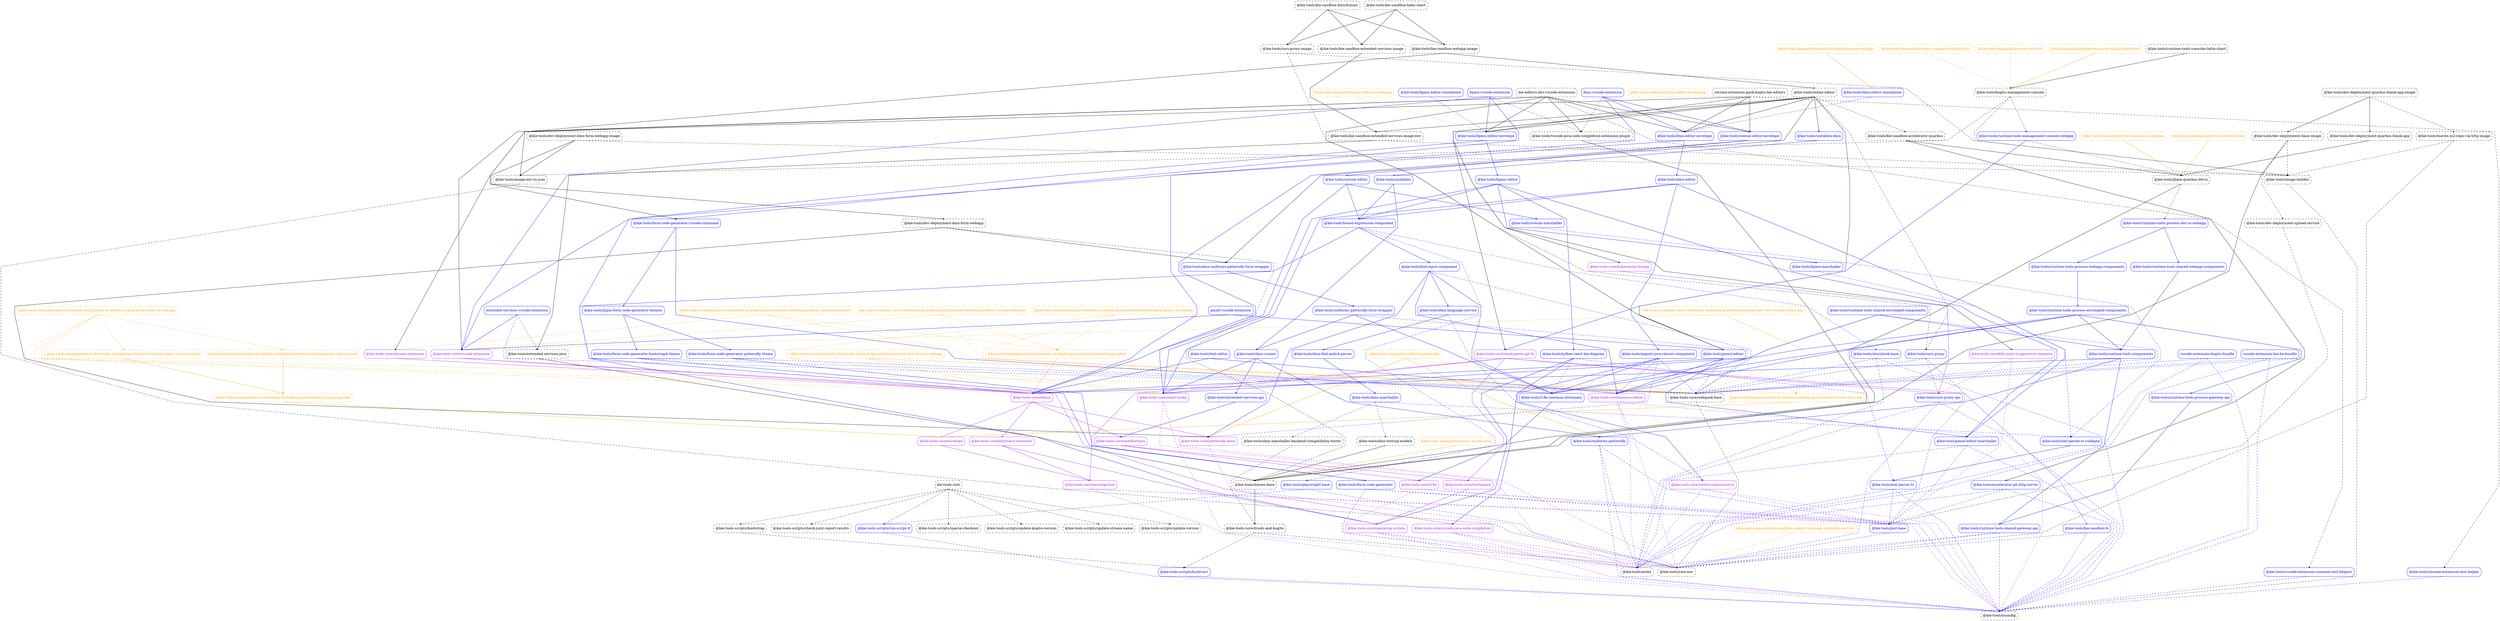
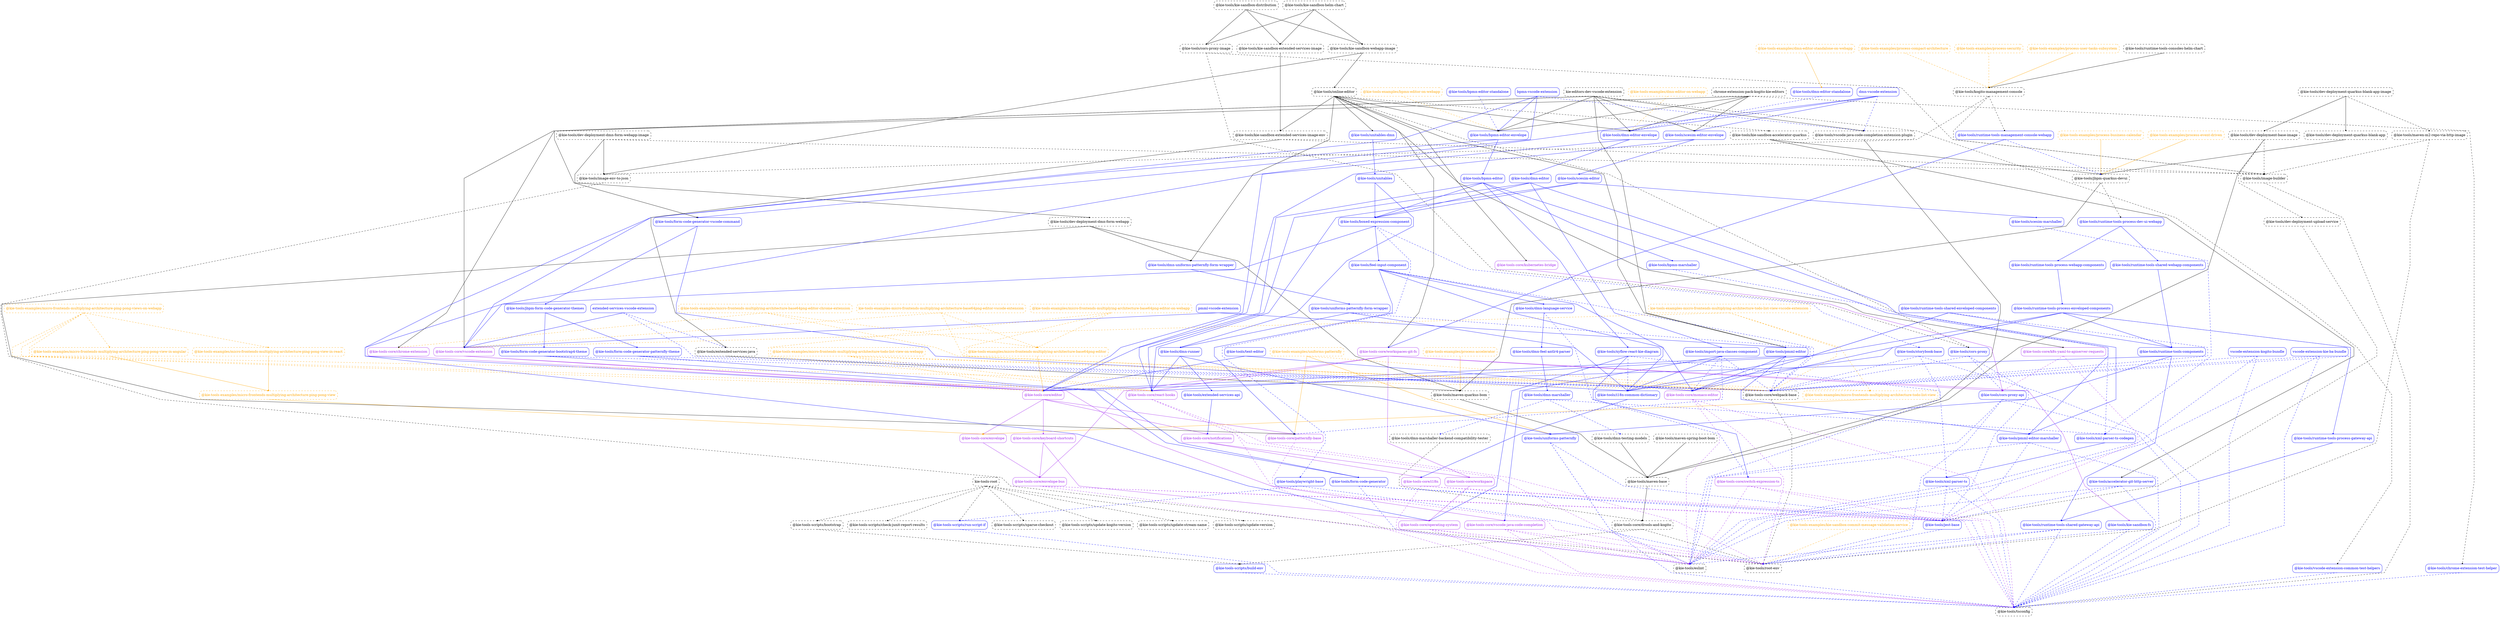
digraph G {
  graph [ ranksep =2, splines = "polyline", rankdir =TB, ordering = "out" ];
  node [ shape =box ];
  edge [ headport = "n", tailport = "s", arrowhead =dot, arrowsize =0.5 ];
  "kie-tools-root" [ color = "black", fontcolor = "black", style = "dashed, rounded" ];
  "@kie-tools-scripts/bootstrap" [ color = "black", fontcolor = "black", style = "dashed, rounded" ];
  "@kie-tools-scripts/check-junit-report-results" [ color = "black", fontcolor = "black", style = "dashed, rounded" ];
  "@kie-tools-scripts/run-script-if" [ color = "blue", fontcolor = "blue", style = "rounded" ];
  "@kie-tools-scripts/sparse-checkout" [ color = "black", fontcolor = "black", style = "dashed, rounded" ];
  "@kie-tools-scripts/update-kogito-version" [ color = "black", fontcolor = "black", style = "dashed, rounded" ];
  "@kie-tools-scripts/update-stream-name" [ color = "black", fontcolor = "black", style = "dashed, rounded" ];
  "@kie-tools-scripts/update-version" [ color = "black", fontcolor = "black", style = "dashed, rounded" ];
  "@kie-tools-examples/bpmn-editor-on-webapp" [ color = "orange", fontcolor = "orange", style = "dashed, rounded" ];
  "@kie-tools/bpmn-editor-envelope" [ color = "blue", fontcolor = "blue", style = "rounded" ];
  "@kie-tools-examples/dmn-editor-on-webapp" [ color = "orange", fontcolor = "orange", style = "dashed, rounded" ];
  "@kie-tools/dmn-editor-envelope" [ color = "blue", fontcolor = "blue", style = "rounded" ];
  "@kie-tools-examples/dmn-editor-standalone-on-webapp" [ color = "orange", fontcolor = "orange", style = "dashed, rounded" ];
  "@kie-tools/dmn-editor-standalone" [ color = "blue", fontcolor = "blue", style = "rounded" ];
  "@kie-tools-examples/kie-sandbox-commit-message-validation-service" [ color = "orange", fontcolor = "orange", style = "dashed, rounded" ];
  "@kie-tools/root-env" [ color = "black", fontcolor = "black", style = "dashed, rounded" ];
  "@kie-tools-examples/micro-frontends-multiplying-architecture-base64png-editor" [ color = "orange", fontcolor = "orange", style = "dashed, rounded" ];
  "@kie-tools-core/editor" [ color = "purple", fontcolor = "purple", style = "rounded" ];
  "@kie-tools-examples/micro-frontends-multiplying-architecture-base64png-editor-chrome-extension" [ color = "orange", fontcolor = "orange", style = "dashed, rounded" ];
  "@kie-tools-core/chrome-extension" [ color = "purple", fontcolor = "purple", style = "rounded" ];
  "@kie-tools-core/webpack-base" [ color = "black", fontcolor = "black", style = "dashed, rounded" ];
  "@kie-tools-examples/micro-frontends-multiplying-architecture-base64png-editor-on-webapp" [ color = "orange", fontcolor = "orange", style = "dashed, rounded" ];
  "@kie-tools-core/react-hooks" [ color = "purple", fontcolor = "purple", style = "rounded" ];
  "kie-tools-examples-micro-frontends-multiplying-architecture-base64png-editor-vscode-extension" [ color = "orange", fontcolor = "orange", style = "dashed, rounded" ];
  "@kie-tools-core/vscode-extension" [ color = "purple", fontcolor = "purple", style = "rounded" ];
  "@kie-tools-examples/micro-frontends-multiplying-architecture-ping-pong-view" [ color = "orange", fontcolor = "orange", style = "dashed, rounded" ];
  "@kie-tools-core/envelope" [ color = "purple", fontcolor = "purple", style = "rounded" ];
  "@kie-tools-examples/micro-frontends-multiplying-architecture-ping-pong-view-in-angular" [ color = "orange", fontcolor = "orange", style = "dashed, rounded" ];
  "@kie-tools-examples/micro-frontends-multiplying-architecture-ping-pong-view-in-react" [ color = "orange", fontcolor = "orange", style = "dashed, rounded" ];
  "@kie-tools-examples/micro-frontends-multiplying-architecture-ping-pong-views-on-webapp" [ color = "orange", fontcolor = "orange", style = "dashed, rounded" ];
  "@kie-tools-examples/micro-frontends-multiplying-architecture-todo-list-view" [ color = "orange", fontcolor = "orange", style = "dashed, rounded" ];
  "@kie-tools-examples/micro-frontends-multiplying-architecture-todo-list-view-on-webapp" [ color = "orange", fontcolor = "orange", style = "dashed, rounded" ];
  "kie-tools-examples-micro-frontends-multiplying-architecture-todo-list-view-vscode-extension" [ color = "orange", fontcolor = "orange", style = "dashed, rounded" ];
  "@kie-tools-examples/process-accelerator" [ color = "orange", fontcolor = "orange", style = "dashed, rounded" ];
-   "@kie-tools/maven-base" [ color = "black", fontcolor = "black", style = "dashed, rounded" ];
+   "@kie-tools/maven-quarkus-bom" [ color = "black", fontcolor = "black", style = "dashed, rounded" ];
  "@kie-tools-examples/process-business-calendar" [ color = "orange", fontcolor = "orange", style = "dashed, rounded" ];
  "@kie-tools/jbpm-quarkus-devui" [ color = "black", fontcolor = "black", style = "dashed, rounded" ];
  "@kie-tools-examples/process-compact-architecture" [ color = "orange", fontcolor = "orange", style = "dashed, rounded" ];
  "@kie-tools/kogito-management-console" [ color = "black", fontcolor = "black", style = "dashed, rounded" ];
  "@kie-tools-examples/process-event-driven" [ color = "orange", fontcolor = "orange", style = "dashed, rounded" ];
  "@kie-tools-examples/process-security" [ color = "orange", fontcolor = "orange", style = "dashed, rounded" ];
  "@kie-tools-examples/process-user-tasks-subsystem" [ color = "orange", fontcolor = "orange", style = "dashed, rounded" ];
  "@kie-tools-examples/uniforms-patternfly" [ color = "orange", fontcolor = "orange", style = "dashed, rounded" ];
  "@kie-tools-core/patternfly-base" [ color = "purple", fontcolor = "purple", style = "rounded" ];
  "@kie-tools/uniforms-patternfly" [ color = "blue", fontcolor = "blue", style = "rounded" ];
  "@kie-tools/accelerator-git-http-server" [ color = "blue", fontcolor = "blue", style = "rounded" ];
  "@kie-tools/eslint" [ color = "black", fontcolor = "black", style = "dashed, rounded" ];
  "@kie-tools/jest-base" [ color = "blue", fontcolor = "blue", style = "rounded" ];
  "@kie-tools/tsconfig" [ color = "black", fontcolor = "black", style = "dashed, rounded" ];
  "@kie-tools/boxed-expression-component" [ color = "blue", fontcolor = "blue", style = "rounded" ];
  "@kie-tools-core/operating-system" [ color = "purple", fontcolor = "purple", style = "rounded" ];
  "@kie-tools/feel-input-component" [ color = "blue", fontcolor = "blue", style = "rounded" ];
  "@kie-tools/playwright-base" [ color = "blue", fontcolor = "blue", style = "rounded" ];
  "@kie-tools/storybook-base" [ color = "blue", fontcolor = "blue", style = "rounded" ];
  "@kie-tools/bpmn-editor" [ color = "blue", fontcolor = "blue", style = "rounded" ];
  "@kie-tools/bpmn-marshaller" [ color = "blue", fontcolor = "blue", style = "rounded" ];
  "@kie-tools/pmml-editor-marshaller" [ color = "blue", fontcolor = "blue", style = "rounded" ];
  "@kie-tools/xyflow-react-kie-diagram" [ color = "blue", fontcolor = "blue", style = "rounded" ];
  "@kie-tools/bpmn-editor-standalone" [ color = "blue", fontcolor = "blue", style = "rounded" ];
  "@kie-tools/xml-parser-ts-codegen" [ color = "blue", fontcolor = "blue", style = "rounded" ];
  "bpmn-vscode-extension" [ color = "blue", fontcolor = "blue", style = "rounded" ];
  "@kie-tools/form-code-generator-vscode-command" [ color = "blue", fontcolor = "blue", style = "rounded" ];
  "@kie-tools/vscode-java-code-completion-extension-plugin" [ color = "black", fontcolor = "black", style = "dashed, rounded" ];
  "chrome-extension-pack-kogito-kie-editors" [ color = "black", fontcolor = "black", style = "dashed, rounded" ];
  "@kie-tools/scesim-editor-envelope" [ color = "blue", fontcolor = "blue", style = "rounded" ];
  "@kie-tools/chrome-extension-test-helper" [ color = "blue", fontcolor = "blue", style = "rounded" ];
  "@kie-tools/cors-proxy" [ color = "blue", fontcolor = "blue", style = "rounded" ];
  "@kie-tools/cors-proxy-api" [ color = "blue", fontcolor = "blue", style = "rounded" ];
  "@kie-tools/cors-proxy-image" [ color = "black", fontcolor = "black", style = "dashed, rounded" ];
  "@kie-tools/image-builder" [ color = "black", fontcolor = "black", style = "dashed, rounded" ];
  "@kie-tools/dev-deployment-base-image" [ color = "black", fontcolor = "black", style = "dashed, rounded" ];
+   "@kie-tools/maven-base" [ color = "black", fontcolor = "black", style = "dashed, rounded" ];
  "@kie-tools/dev-deployment-upload-service" [ color = "black", fontcolor = "black", style = "dashed, rounded" ];
  "@kie-tools/dev-deployment-dmn-form-webapp" [ color = "black", fontcolor = "black", style = "dashed, rounded" ];
  "@kie-tools/dmn-uniforms-patternfly-form-wrapper" [ color = "blue", fontcolor = "blue", style = "rounded" ];
  "@kie-tools/dev-deployment-dmn-form-webapp-image" [ color = "black", fontcolor = "black", style = "dashed, rounded" ];
  "@kie-tools/image-env-to-json" [ color = "black", fontcolor = "black", style = "dashed, rounded" ];
  "@kie-tools/dev-deployment-quarkus-blank-app" [ color = "black", fontcolor = "black", style = "dashed, rounded" ];
  "@kie-tools/dev-deployment-quarkus-blank-app-image" [ color = "black", fontcolor = "black", style = "dashed, rounded" ];
  "@kie-tools/maven-m2-repo-via-http-image" [ color = "black", fontcolor = "black", style = "dashed, rounded" ];
  "@kie-tools/dmn-editor" [ color = "blue", fontcolor = "blue", style = "rounded" ];
  "@kie-tools/import-java-classes-component" [ color = "blue", fontcolor = "blue", style = "rounded" ];
  "@kie-tools/dmn-feel-antlr4-parser" [ color = "blue", fontcolor = "blue", style = "rounded" ];
  "@kie-tools/dmn-marshaller" [ color = "blue", fontcolor = "blue", style = "rounded" ];
  "@kie-tools/dmn-language-service" [ color = "blue", fontcolor = "blue", style = "rounded" ];
  "@kie-tools-core/switch-expression-ts" [ color = "purple", fontcolor = "purple", style = "rounded" ];
  "@kie-tools/dmn-marshaller-backend-compatibility-tester" [ color = "black", fontcolor = "black", style = "dashed, rounded" ];
  "@kie-tools/dmn-testing-models" [ color = "black", fontcolor = "black", style = "dashed, rounded" ];
  "@kie-tools-core/drools-and-kogito" [ color = "black", fontcolor = "black", style = "dashed, rounded" ];
  "@kie-tools/dmn-runner" [ color = "blue", fontcolor = "blue", style = "rounded" ];
  "@kie-tools/extended-services-api" [ color = "blue", fontcolor = "blue", style = "rounded" ];
  "@kie-tools/uniforms-patternfly-form-wrapper" [ color = "blue", fontcolor = "blue", style = "rounded" ];
  "dmn-vscode-extension" [ color = "blue", fontcolor = "blue", style = "rounded" ];
  "@kie-tools-scripts/build-env" [ color = "blue", fontcolor = "blue", style = "rounded" ];
  "@kie-tools-core/keyboard-shortcuts" [ color = "purple", fontcolor = "purple", style = "rounded" ];
  "@kie-tools-core/notifications" [ color = "purple", fontcolor = "purple", style = "rounded" ];
  "@kie-tools-core/envelope-bus" [ color = "purple", fontcolor = "purple", style = "rounded" ];
  "@kie-tools/extended-services-java" [ color = "black", fontcolor = "black", style = "dashed, rounded" ];
  "extended-services-vscode-extension" [ color = "blue", fontcolor = "blue", style = "rounded" ];
  "@kie-tools-core/monaco-editor" [ color = "purple", fontcolor = "purple", style = "rounded" ];
  "@kie-tools/i18n-common-dictionary" [ color = "blue", fontcolor = "blue", style = "rounded" ];
  "@kie-tools/form-code-generator" [ color = "blue", fontcolor = "blue", style = "rounded" ];
  "@kie-tools/form-code-generator-bootstrap4-theme" [ color = "blue", fontcolor = "blue", style = "rounded" ];
  "@kie-tools/form-code-generator-patternfly-theme" [ color = "blue", fontcolor = "blue", style = "rounded" ];
  "@kie-tools/jbpm-form-code-generator-themes" [ color = "blue", fontcolor = "blue", style = "rounded" ];
  "@kie-tools-core/i18n" [ color = "purple", fontcolor = "purple", style = "rounded" ];
  "@kie-tools-core/vscode-java-code-completion" [ color = "purple", fontcolor = "purple", style = "rounded" ];
  "@kie-tools/runtime-tools-process-dev-ui-webapp" [ color = "blue", fontcolor = "blue", style = "rounded" ];
  "@kie-tools-core/k8s-yaml-to-apiserver-requests" [ color = "purple", fontcolor = "purple", style = "rounded" ];
  "kie-editors-dev-vscode-extension" [ color = "black", fontcolor = "black", style = "dashed, rounded" ];
  "@kie-tools/pmml-editor" [ color = "blue", fontcolor = "blue", style = "rounded" ];
  "@kie-tools/vscode-extension-common-test-helpers" [ color = "blue", fontcolor = "blue", style = "rounded" ];
  "@kie-tools/kie-sandbox-accelerator-quarkus" [ color = "black", fontcolor = "black", style = "dashed, rounded" ];
  "@kie-tools/kie-sandbox-distribution" [ color = "black", fontcolor = "black", style = "dashed, rounded" ];
  "@kie-tools/kie-sandbox-extended-services-image" [ color = "black", fontcolor = "black", style = "dashed, rounded" ];
  "@kie-tools/kie-sandbox-webapp-image" [ color = "black", fontcolor = "black", style = "dashed, rounded" ];
  "@kie-tools/kie-sandbox-extended-services-image-env" [ color = "black", fontcolor = "black", style = "dashed, rounded" ];
  "@kie-tools/kie-sandbox-fs" [ color = "blue", fontcolor = "blue", style = "rounded" ];
  "@kie-tools/kie-sandbox-helm-chart" [ color = "black", fontcolor = "black", style = "dashed, rounded" ];
  "@kie-tools/online-editor" [ color = "black", fontcolor = "black", style = "dashed, rounded" ];
  "@kie-tools/runtime-tools-management-console-webapp" [ color = "blue", fontcolor = "blue", style = "rounded" ];
  "@kie-tools-core/kubernetes-bridge" [ color = "purple", fontcolor = "purple", style = "rounded" ];
+   "@kie-tools/maven-spring-boot-bom" [ color = "black", fontcolor = "black", style = "dashed, rounded" ];
  "@kie-tools-core/workspace" [ color = "purple", fontcolor = "purple", style = "rounded" ];
  "@kie-tools-core/workspaces-git-fs" [ color = "purple", fontcolor = "purple", style = "rounded" ];
  "@kie-tools/unitables-dmn" [ color = "blue", fontcolor = "blue", style = "rounded" ];
  "pmml-vscode-extension" [ color = "blue", fontcolor = "blue", style = "rounded" ];
  "@kie-tools/runtime-tools-components" [ color = "blue", fontcolor = "blue", style = "rounded" ];
  "@kie-tools/runtime-tools-shared-gateway-api" [ color = "blue", fontcolor = "blue", style = "rounded" ];
  "@kie-tools/runtime-tools-consoles-helm-chart" [ color = "black", fontcolor = "black", style = "dashed, rounded" ];
  "@kie-tools/runtime-tools-process-webapp-components" [ color = "blue", fontcolor = "blue", style = "rounded" ];
  "@kie-tools/runtime-tools-shared-webapp-components" [ color = "blue", fontcolor = "blue", style = "rounded" ];
  "@kie-tools/runtime-tools-process-enveloped-components" [ color = "blue", fontcolor = "blue", style = "rounded" ];
  "@kie-tools/runtime-tools-process-gateway-api" [ color = "blue", fontcolor = "blue", style = "rounded" ];
  "@kie-tools/runtime-tools-shared-enveloped-components" [ color = "blue", fontcolor = "blue", style = "rounded" ];
  "@kie-tools/scesim-editor" [ color = "blue", fontcolor = "blue", style = "rounded" ];
  "@kie-tools/scesim-marshaller" [ color = "blue", fontcolor = "blue", style = "rounded" ];
  "@kie-tools/text-editor" [ color = "blue", fontcolor = "blue", style = "rounded" ];
  "@kie-tools/unitables" [ color = "blue", fontcolor = "blue", style = "rounded" ];
  "vscode-extension-kie-ba-bundle" [ color = "blue", fontcolor = "blue", style = "rounded" ];
  "vscode-extension-kogito-bundle" [ color = "blue", fontcolor = "blue", style = "rounded" ];
  "@kie-tools/xml-parser-ts" [ color = "blue", fontcolor = "blue", style = "rounded" ];
  "kie-tools-root" -> "@kie-tools-scripts/bootstrap" [ style = "dashed", color = "black" ];
  "kie-tools-root" -> "@kie-tools-scripts/check-junit-report-results" [ style = "dashed", color = "black" ];
  "kie-tools-root" -> "@kie-tools-scripts/run-script-if" [ style = "dashed", color = "black" ];
  "kie-tools-root" -> "@kie-tools-scripts/sparse-checkout" [ style = "dashed", color = "black" ];
  "kie-tools-root" -> "@kie-tools-scripts/update-kogito-version" [ style = "dashed", color = "black" ];
  "kie-tools-root" -> "@kie-tools-scripts/update-stream-name" [ style = "dashed", color = "black" ];
  "kie-tools-root" -> "@kie-tools-scripts/update-version" [ style = "dashed", color = "black" ];
  "@kie-tools-examples/bpmn-editor-on-webapp" -> "@kie-tools/bpmn-editor-envelope" [ style = "dashed", color = "orange" ];
  "@kie-tools-examples/dmn-editor-on-webapp" -> "@kie-tools/dmn-editor-envelope" [ style = "dashed", color = "orange" ];
  "@kie-tools-examples/dmn-editor-standalone-on-webapp" -> "@kie-tools/dmn-editor-standalone" [ style = "solid", color = "orange" ];
  "@kie-tools-examples/kie-sandbox-commit-message-validation-service" -> "@kie-tools/root-env" [ style = "dashed", color = "orange" ];
  "@kie-tools-examples/micro-frontends-multiplying-architecture-base64png-editor" -> "@kie-tools-core/editor" [ style = "solid", color = "orange" ];
  "@kie-tools-examples/micro-frontends-multiplying-architecture-base64png-editor-chrome-extension" -> "@kie-tools-core/chrome-extension" [ style = "dashed", color = "orange" ];
  "@kie-tools-examples/micro-frontends-multiplying-architecture-base64png-editor-chrome-extension" -> "@kie-tools-core/webpack-base" [ style = "dashed", color = "orange" ];
  "@kie-tools-examples/micro-frontends-multiplying-architecture-base64png-editor-chrome-extension" -> "@kie-tools-examples/micro-frontends-multiplying-architecture-base64png-editor" [ style = "dashed", color = "orange" ];
  "@kie-tools-examples/micro-frontends-multiplying-architecture-base64png-editor-on-webapp" -> "@kie-tools-core/react-hooks" [ style = "dashed", color = "orange" ];
  "@kie-tools-examples/micro-frontends-multiplying-architecture-base64png-editor-on-webapp" -> "@kie-tools-core/webpack-base" [ style = "dashed", color = "orange" ];
  "@kie-tools-examples/micro-frontends-multiplying-architecture-base64png-editor-on-webapp" -> "@kie-tools-examples/micro-frontends-multiplying-architecture-base64png-editor" [ style = "dashed", color = "orange" ];
  "kie-tools-examples-micro-frontends-multiplying-architecture-base64png-editor-vscode-extension" -> "@kie-tools-core/vscode-extension" [ style = "dashed", color = "orange" ];
  "kie-tools-examples-micro-frontends-multiplying-architecture-base64png-editor-vscode-extension" -> "@kie-tools-core/webpack-base" [ style = "dashed", color = "orange" ];
  "kie-tools-examples-micro-frontends-multiplying-architecture-base64png-editor-vscode-extension" -> "@kie-tools-examples/micro-frontends-multiplying-architecture-base64png-editor" [ style = "dashed", color = "orange" ];
  "@kie-tools-examples/micro-frontends-multiplying-architecture-ping-pong-view" -> "@kie-tools-core/envelope" [ style = "solid", color = "orange" ];
  "@kie-tools-examples/micro-frontends-multiplying-architecture-ping-pong-view-in-angular" -> "@kie-tools-examples/micro-frontends-multiplying-architecture-ping-pong-view" [ style = "solid", color = "orange" ];
  "@kie-tools-examples/micro-frontends-multiplying-architecture-ping-pong-view-in-react" -> "@kie-tools-examples/micro-frontends-multiplying-architecture-ping-pong-view" [ style = "solid", color = "orange" ];
  "@kie-tools-examples/micro-frontends-multiplying-architecture-ping-pong-views-on-webapp" -> "@kie-tools-core/editor" [ style = "dashed", color = "orange" ];
  "@kie-tools-examples/micro-frontends-multiplying-architecture-ping-pong-views-on-webapp" -> "@kie-tools-core/react-hooks" [ style = "dashed", color = "orange" ];
  "@kie-tools-examples/micro-frontends-multiplying-architecture-ping-pong-views-on-webapp" -> "@kie-tools-core/webpack-base" [ style = "dashed", color = "orange" ];
  "@kie-tools-examples/micro-frontends-multiplying-architecture-ping-pong-views-on-webapp" -> "@kie-tools-examples/micro-frontends-multiplying-architecture-ping-pong-view-in-angular" [ style = "dashed", color = "orange" ];
  "@kie-tools-examples/micro-frontends-multiplying-architecture-ping-pong-views-on-webapp" -> "@kie-tools-examples/micro-frontends-multiplying-architecture-ping-pong-view-in-react" [ style = "dashed", color = "orange" ];
  "@kie-tools-examples/micro-frontends-multiplying-architecture-todo-list-view" -> "@kie-tools-core/envelope" [ style = "solid", color = "orange" ];
  "@kie-tools-examples/micro-frontends-multiplying-architecture-todo-list-view-on-webapp" -> "@kie-tools-core/editor" [ style = "dashed", color = "orange" ];
  "@kie-tools-examples/micro-frontends-multiplying-architecture-todo-list-view-on-webapp" -> "@kie-tools-core/react-hooks" [ style = "dashed", color = "orange" ];
  "@kie-tools-examples/micro-frontends-multiplying-architecture-todo-list-view-on-webapp" -> "@kie-tools-core/webpack-base" [ style = "dashed", color = "orange" ];
  "@kie-tools-examples/micro-frontends-multiplying-architecture-todo-list-view-on-webapp" -> "@kie-tools-examples/micro-frontends-multiplying-architecture-todo-list-view" [ style = "dashed", color = "orange" ];
  "kie-tools-examples-micro-frontends-multiplying-architecture-todo-list-view-vscode-extension" -> "@kie-tools-core/vscode-extension" [ style = "dashed", color = "orange" ];
  "kie-tools-examples-micro-frontends-multiplying-architecture-todo-list-view-vscode-extension" -> "@kie-tools-core/webpack-base" [ style = "dashed", color = "orange" ];
  "kie-tools-examples-micro-frontends-multiplying-architecture-todo-list-view-vscode-extension" -> "@kie-tools-examples/micro-frontends-multiplying-architecture-todo-list-view" [ style = "dashed", color = "orange" ];
-   "@kie-tools-examples/process-accelerator" -> "@kie-tools/maven-base" [ style = "solid", color = "orange" ];
+   "@kie-tools-examples/process-accelerator" -> "@kie-tools/maven-quarkus-bom" [ style = "solid", color = "orange" ];
  "@kie-tools-examples/process-business-calendar" -> "@kie-tools/jbpm-quarkus-devui" [ style = "solid", color = "orange" ];
  "@kie-tools-examples/process-compact-architecture" -> "@kie-tools/kogito-management-console" [ style = "dashed", color = "orange" ];
  "@kie-tools-examples/process-event-driven" -> "@kie-tools/jbpm-quarkus-devui" [ style = "solid", color = "orange" ];
  "@kie-tools-examples/process-security" -> "@kie-tools/kogito-management-console" [ style = "dashed", color = "orange" ];
  "@kie-tools-examples/process-user-tasks-subsystem" -> "@kie-tools/kogito-management-console" [ style = "solid", color = "orange" ];
  "@kie-tools-examples/uniforms-patternfly" -> "@kie-tools-core/patternfly-base" [ style = "solid", color = "orange" ];
  "@kie-tools-examples/uniforms-patternfly" -> "@kie-tools/uniforms-patternfly" [ style = "solid", color = "orange" ];
  "@kie-tools-examples/uniforms-patternfly" -> "@kie-tools-core/webpack-base" [ style = "dashed", color = "orange" ];
  "@kie-tools/accelerator-git-http-server" -> "@kie-tools/eslint" [ style = "dashed", color = "blue" ];
  "@kie-tools/accelerator-git-http-server" -> "@kie-tools/jest-base" [ style = "dashed", color = "blue" ];
  "@kie-tools/accelerator-git-http-server" -> "@kie-tools/tsconfig" [ style = "dashed", color = "blue" ];
  "@kie-tools/boxed-expression-component" -> "@kie-tools-core/operating-system" [ style = "solid", color = "blue" ];
  "@kie-tools/boxed-expression-component" -> "@kie-tools/feel-input-component" [ style = "solid", color = "blue" ];
  "@kie-tools/boxed-expression-component" -> "@kie-tools/playwright-base" [ style = "dashed", color = "blue" ];
  "@kie-tools/boxed-expression-component" -> "@kie-tools/storybook-base" [ style = "dashed", color = "blue" ];
  "@kie-tools/bpmn-editor" -> "@kie-tools-core/react-hooks" [ style = "solid", color = "blue" ];
  "@kie-tools/bpmn-editor" -> "@kie-tools/boxed-expression-component" [ style = "solid", color = "blue" ];
  "@kie-tools/bpmn-editor" -> "@kie-tools/bpmn-marshaller" [ style = "solid", color = "blue" ];
  "@kie-tools/bpmn-editor" -> "@kie-tools/pmml-editor-marshaller" [ style = "solid", color = "blue" ];
  "@kie-tools/bpmn-editor" -> "@kie-tools/xyflow-react-kie-diagram" [ style = "solid", color = "blue" ];
  "@kie-tools/bpmn-editor-envelope" -> "@kie-tools-core/editor" [ style = "solid", color = "blue" ];
  "@kie-tools/bpmn-editor-envelope" -> "@kie-tools/bpmn-editor" [ style = "solid", color = "blue" ];
  "@kie-tools/bpmn-editor-standalone" -> "@kie-tools/bpmn-editor-envelope" [ style = "dashed", color = "blue" ];
  "@kie-tools/bpmn-marshaller" -> "@kie-tools/xml-parser-ts-codegen" [ style = "dashed", color = "blue" ];
  "bpmn-vscode-extension" -> "@kie-tools-core/vscode-extension" [ style = "solid", color = "blue" ];
  "bpmn-vscode-extension" -> "@kie-tools/bpmn-editor-envelope" [ style = "solid", color = "blue" ];
  "bpmn-vscode-extension" -> "@kie-tools/form-code-generator-vscode-command" [ style = "solid", color = "blue" ];
  "bpmn-vscode-extension" -> "@kie-tools/vscode-java-code-completion-extension-plugin" [ style = "dashed", color = "blue" ];
  "@kie-tools-core/chrome-extension" -> "@kie-tools-core/editor" [ style = "solid", color = "purple" ];
  "chrome-extension-pack-kogito-kie-editors" -> "@kie-tools-core/chrome-extension" [ style = "solid", color = "black" ];
  "chrome-extension-pack-kogito-kie-editors" -> "@kie-tools/bpmn-editor-envelope" [ style = "solid", color = "black" ];
  "chrome-extension-pack-kogito-kie-editors" -> "@kie-tools/dmn-editor-envelope" [ style = "solid", color = "black" ];
  "chrome-extension-pack-kogito-kie-editors" -> "@kie-tools/scesim-editor-envelope" [ style = "solid", color = "black" ];
  "chrome-extension-pack-kogito-kie-editors" -> "@kie-tools/chrome-extension-test-helper" [ style = "dashed", color = "black" ];
  "@kie-tools/chrome-extension-test-helper" -> "@kie-tools/tsconfig" [ style = "dashed", color = "blue" ];
  "@kie-tools/cors-proxy" -> "@kie-tools-core/webpack-base" [ style = "dashed", color = "blue" ];
  "@kie-tools/cors-proxy" -> "@kie-tools/cors-proxy-api" [ style = "dashed", color = "blue" ];
  "@kie-tools/cors-proxy" -> "@kie-tools/jest-base" [ style = "dashed", color = "blue" ];
  "@kie-tools/cors-proxy-api" -> "@kie-tools/eslint" [ style = "dashed", color = "blue" ];
  "@kie-tools/cors-proxy-api" -> "@kie-tools/root-env" [ style = "dashed", color = "blue" ];
  "@kie-tools/cors-proxy-api" -> "@kie-tools/tsconfig" [ style = "dashed", color = "blue" ];
  "@kie-tools/cors-proxy-image" -> "@kie-tools/cors-proxy" [ style = "dashed", color = "black" ];
  "@kie-tools/cors-proxy-image" -> "@kie-tools/image-builder" [ style = "dashed", color = "black" ];
  "@kie-tools/dev-deployment-base-image" -> "@kie-tools/maven-base" [ style = "solid", color = "black" ];
  "@kie-tools/dev-deployment-base-image" -> "@kie-tools/dev-deployment-upload-service" [ style = "dashed", color = "black" ];
  "@kie-tools/dev-deployment-base-image" -> "@kie-tools/image-builder" [ style = "dashed", color = "black" ];
  "@kie-tools/dev-deployment-dmn-form-webapp" -> "@kie-tools-core/patternfly-base" [ style = "solid", color = "black" ];
  "@kie-tools/dev-deployment-dmn-form-webapp" -> "@kie-tools/dmn-uniforms-patternfly-form-wrapper" [ style = "solid", color = "black" ];
-   "@kie-tools/dev-deployment-dmn-form-webapp" -> "@kie-tools/maven-base" [ style = "dashed", color = "black" ];
+   "@kie-tools/dev-deployment-dmn-form-webapp" -> "@kie-tools/maven-quarkus-bom" [ style = "solid", color = "black" ];
  "@kie-tools/dev-deployment-dmn-form-webapp-image" -> "@kie-tools/dev-deployment-dmn-form-webapp" [ style = "solid", color = "black" ];
  "@kie-tools/dev-deployment-dmn-form-webapp-image" -> "@kie-tools/image-env-to-json" [ style = "solid", color = "black" ];
  "@kie-tools/dev-deployment-dmn-form-webapp-image" -> "@kie-tools/image-builder" [ style = "dashed", color = "black" ];
  "@kie-tools/dev-deployment-quarkus-blank-app" -> "@kie-tools/jbpm-quarkus-devui" [ style = "solid", color = "black" ];
  "@kie-tools/dev-deployment-quarkus-blank-app-image" -> "@kie-tools/dev-deployment-base-image" [ style = "solid", color = "black" ];
  "@kie-tools/dev-deployment-quarkus-blank-app-image" -> "@kie-tools/dev-deployment-quarkus-blank-app" [ style = "solid", color = "black" ];
  "@kie-tools/dev-deployment-quarkus-blank-app-image" -> "@kie-tools/maven-m2-repo-via-http-image" [ style = "dashed", color = "black" ];
  "@kie-tools/dev-deployment-upload-service" -> "@kie-tools/jest-base" [ style = "dashed", color = "black" ];
  "@kie-tools/dmn-editor" -> "@kie-tools-core/react-hooks" [ style = "solid", color = "blue" ];
  "@kie-tools/dmn-editor" -> "@kie-tools/boxed-expression-component" [ style = "solid", color = "blue" ];
  "@kie-tools/dmn-editor" -> "@kie-tools/import-java-classes-component" [ style = "solid", color = "blue" ];
  "@kie-tools/dmn-editor" -> "@kie-tools/pmml-editor-marshaller" [ style = "solid", color = "blue" ];
  "@kie-tools/dmn-editor-envelope" -> "@kie-tools-core/editor" [ style = "solid", color = "blue" ];
  "@kie-tools/dmn-editor-envelope" -> "@kie-tools/dmn-editor" [ style = "solid", color = "blue" ];
  "@kie-tools/dmn-editor-standalone" -> "@kie-tools/dmn-editor-envelope" [ style = "dashed", color = "blue" ];
  "@kie-tools/dmn-feel-antlr4-parser" -> "@kie-tools/dmn-marshaller" [ style = "solid", color = "blue" ];
  "@kie-tools/dmn-language-service" -> "@kie-tools/dmn-feel-antlr4-parser" [ style = "solid", color = "blue" ];
  "@kie-tools/dmn-language-service" -> "@kie-tools-core/switch-expression-ts" [ style = "dashed", color = "blue" ];
  "@kie-tools/dmn-marshaller" -> "@kie-tools/dmn-marshaller-backend-compatibility-tester" [ style = "dashed", color = "blue" ];
  "@kie-tools/dmn-marshaller" -> "@kie-tools/dmn-testing-models" [ style = "dashed", color = "blue" ];
  "@kie-tools/dmn-marshaller" -> "@kie-tools/xml-parser-ts-codegen" [ style = "dashed", color = "blue" ];
  "@kie-tools/dmn-marshaller-backend-compatibility-tester" -> "@kie-tools-core/drools-and-kogito" [ style = "dashed", color = "black" ];
  "@kie-tools/dmn-runner" -> "@kie-tools-core/react-hooks" [ style = "solid", color = "blue" ];
  "@kie-tools/dmn-runner" -> "@kie-tools/extended-services-api" [ style = "solid", color = "blue" ];
  "@kie-tools/dmn-runner" -> "@kie-tools/uniforms-patternfly" [ style = "solid", color = "blue" ];
  "@kie-tools/dmn-testing-models" -> "@kie-tools/maven-base" [ style = "solid", color = "black" ];
  "@kie-tools/dmn-uniforms-patternfly-form-wrapper" -> "@kie-tools/uniforms-patternfly-form-wrapper" [ style = "solid", color = "blue" ];
  "dmn-vscode-extension" -> "@kie-tools-core/vscode-extension" [ style = "solid", color = "blue" ];
  "dmn-vscode-extension" -> "@kie-tools/dmn-editor-envelope" [ style = "solid", color = "blue" ];
  "dmn-vscode-extension" -> "@kie-tools/scesim-editor-envelope" [ style = "solid", color = "blue" ];
  "dmn-vscode-extension" -> "@kie-tools/vscode-java-code-completion-extension-plugin" [ style = "dashed", color = "blue" ];
  "@kie-tools-core/drools-and-kogito" -> "@kie-tools-scripts/build-env" [ style = "dashed", color = "black" ];
  "@kie-tools-core/drools-and-kogito" -> "@kie-tools/root-env" [ style = "dashed", color = "black" ];
  "@kie-tools-core/editor" -> "@kie-tools-core/envelope" [ style = "solid", color = "purple" ];
  "@kie-tools-core/editor" -> "@kie-tools-core/keyboard-shortcuts" [ style = "solid", color = "purple" ];
  "@kie-tools-core/editor" -> "@kie-tools-core/notifications" [ style = "solid", color = "purple" ];
  "@kie-tools-core/editor" -> "@kie-tools-core/patternfly-base" [ style = "solid", color = "purple" ];
  "@kie-tools-core/envelope" -> "@kie-tools-core/envelope-bus" [ style = "solid", color = "purple" ];
  "@kie-tools-core/envelope-bus" -> "@kie-tools/eslint" [ style = "dashed", color = "purple" ];
  "@kie-tools-core/envelope-bus" -> "@kie-tools/jest-base" [ style = "dashed", color = "purple" ];
  "@kie-tools-core/envelope-bus" -> "@kie-tools/tsconfig" [ style = "dashed", color = "purple" ];
  "@kie-tools/extended-services-api" -> "@kie-tools-core/notifications" [ style = "solid", color = "blue" ];
-   "@kie-tools/extended-services-java" -> "@kie-tools/maven-base" [ style = "solid", color = "black" ];
+   "@kie-tools/extended-services-java" -> "@kie-tools/maven-quarkus-bom" [ style = "solid", color = "black" ];
  "extended-services-vscode-extension" -> "@kie-tools-core/vscode-extension" [ style = "solid", color = "blue" ];
  "extended-services-vscode-extension" -> "@kie-tools-core/webpack-base" [ style = "dashed", color = "blue" ];
  "extended-services-vscode-extension" -> "@kie-tools/extended-services-java" [ style = "dashed", color = "blue" ];
  "@kie-tools/feel-input-component" -> "@kie-tools-core/monaco-editor" [ style = "solid", color = "blue" ];
  "@kie-tools/feel-input-component" -> "@kie-tools-core/patternfly-base" [ style = "solid", color = "blue" ];
  "@kie-tools/feel-input-component" -> "@kie-tools/dmn-language-service" [ style = "solid", color = "blue" ];
  "@kie-tools/feel-input-component" -> "@kie-tools/i18n-common-dictionary" [ style = "solid", color = "blue" ];
  "@kie-tools/feel-input-component" -> "@kie-tools-core/webpack-base" [ style = "dashed", color = "blue" ];
  "@kie-tools/form-code-generator" -> "@kie-tools/eslint" [ style = "dashed", color = "blue" ];
  "@kie-tools/form-code-generator" -> "@kie-tools/jest-base" [ style = "dashed", color = "blue" ];
  "@kie-tools/form-code-generator" -> "@kie-tools/tsconfig" [ style = "dashed", color = "blue" ];
  "@kie-tools/form-code-generator-bootstrap4-theme" -> "@kie-tools/form-code-generator" [ style = "solid", color = "blue" ];
  "@kie-tools/form-code-generator-bootstrap4-theme" -> "@kie-tools-core/webpack-base" [ style = "dashed", color = "blue" ];
  "@kie-tools/form-code-generator-patternfly-theme" -> "@kie-tools/form-code-generator" [ style = "solid", color = "blue" ];
  "@kie-tools/form-code-generator-patternfly-theme" -> "@kie-tools-core/webpack-base" [ style = "dashed", color = "blue" ];
  "@kie-tools/form-code-generator-vscode-command" -> "@kie-tools/i18n-common-dictionary" [ style = "solid", color = "blue" ];
  "@kie-tools/form-code-generator-vscode-command" -> "@kie-tools/jbpm-form-code-generator-themes" [ style = "solid", color = "blue" ];
  "@kie-tools-core/i18n" -> "@kie-tools/eslint" [ style = "dashed", color = "purple" ];
  "@kie-tools-core/i18n" -> "@kie-tools/jest-base" [ style = "dashed", color = "purple" ];
  "@kie-tools-core/i18n" -> "@kie-tools/tsconfig" [ style = "dashed", color = "purple" ];
  "@kie-tools/i18n-common-dictionary" -> "@kie-tools-core/i18n" [ style = "solid", color = "blue" ];
  "@kie-tools/image-builder" -> "@kie-tools/tsconfig" [ style = "dashed", color = "black" ];
  "@kie-tools/image-env-to-json" -> "@kie-tools/root-env" [ style = "dashed", color = "black" ];
  "@kie-tools/import-java-classes-component" -> "@kie-tools-core/vscode-java-code-completion" [ style = "solid", color = "blue" ];
  "@kie-tools/import-java-classes-component" -> "@kie-tools/i18n-common-dictionary" [ style = "solid", color = "blue" ];
  "@kie-tools/import-java-classes-component" -> "@kie-tools-core/monaco-editor" [ style = "dashed", color = "blue" ];
  "@kie-tools/import-java-classes-component" -> "@kie-tools-core/patternfly-base" [ style = "dashed", color = "blue" ];
  "@kie-tools/import-java-classes-component" -> "@kie-tools-core/webpack-base" [ style = "dashed", color = "blue" ];
  "@kie-tools/jbpm-form-code-generator-themes" -> "@kie-tools/form-code-generator-bootstrap4-theme" [ style = "solid", color = "blue" ];
  "@kie-tools/jbpm-form-code-generator-themes" -> "@kie-tools/form-code-generator-patternfly-theme" [ style = "solid", color = "blue" ];
-   "@kie-tools/jbpm-quarkus-devui" -> "@kie-tools/maven-base" [ style = "solid", color = "black" ];
+   "@kie-tools/jbpm-quarkus-devui" -> "@kie-tools/maven-quarkus-bom" [ style = "solid", color = "black" ];
  "@kie-tools/jbpm-quarkus-devui" -> "@kie-tools/runtime-tools-process-dev-ui-webapp" [ style = "dashed", color = "black" ];
  "@kie-tools/jest-base" -> "@kie-tools/root-env" [ style = "dashed", color = "blue" ];
  "@kie-tools-core/k8s-yaml-to-apiserver-requests" -> "@kie-tools/cors-proxy-api" [ style = "dashed", color = "purple" ];
  "@kie-tools-core/k8s-yaml-to-apiserver-requests" -> "@kie-tools/jest-base" [ style = "dashed", color = "purple" ];
  "@kie-tools-core/keyboard-shortcuts" -> "@kie-tools-core/envelope-bus" [ style = "solid", color = "purple" ];
  "@kie-tools-core/keyboard-shortcuts" -> "@kie-tools-core/operating-system" [ style = "solid", color = "purple" ];
  "kie-editors-dev-vscode-extension" -> "@kie-tools-core/vscode-extension" [ style = "solid", color = "black" ];
  "kie-editors-dev-vscode-extension" -> "@kie-tools/bpmn-editor-envelope" [ style = "solid", color = "black" ];
  "kie-editors-dev-vscode-extension" -> "@kie-tools/dmn-editor-envelope" [ style = "solid", color = "black" ];
  "kie-editors-dev-vscode-extension" -> "@kie-tools/form-code-generator-vscode-command" [ style = "solid", color = "black" ];
  "kie-editors-dev-vscode-extension" -> "@kie-tools/pmml-editor" [ style = "solid", color = "black" ];
  "kie-editors-dev-vscode-extension" -> "@kie-tools/scesim-editor-envelope" [ style = "solid", color = "black" ];
  "kie-editors-dev-vscode-extension" -> "@kie-tools/vscode-java-code-completion-extension-plugin" [ style = "solid", color = "black" ];
  "kie-editors-dev-vscode-extension" -> "@kie-tools/vscode-extension-common-test-helpers" [ style = "dashed", color = "black" ];
  "@kie-tools/kie-sandbox-accelerator-quarkus" -> "@kie-tools/accelerator-git-http-server" [ style = "solid", color = "black" ];
  "@kie-tools/kie-sandbox-accelerator-quarkus" -> "@kie-tools/jbpm-quarkus-devui" [ style = "solid", color = "black" ];
  "@kie-tools/kie-sandbox-distribution" -> "@kie-tools/cors-proxy-image" [ style = "solid", color = "black" ];
  "@kie-tools/kie-sandbox-distribution" -> "@kie-tools/kie-sandbox-extended-services-image" [ style = "solid", color = "black" ];
  "@kie-tools/kie-sandbox-distribution" -> "@kie-tools/kie-sandbox-webapp-image" [ style = "solid", color = "black" ];
  "@kie-tools/kie-sandbox-extended-services-image" -> "@kie-tools/kie-sandbox-extended-services-image-env" [ style = "solid", color = "black" ];
  "@kie-tools/kie-sandbox-extended-services-image-env" -> "@kie-tools/extended-services-java" [ style = "solid", color = "black" ];
  "@kie-tools/kie-sandbox-extended-services-image-env" -> "@kie-tools/image-builder" [ style = "dashed", color = "black" ];
  "@kie-tools/kie-sandbox-fs" -> "@kie-tools/root-env" [ style = "dashed", color = "blue" ];
  "@kie-tools/kie-sandbox-fs" -> "@kie-tools/tsconfig" [ style = "dashed", color = "blue" ];
  "@kie-tools/kie-sandbox-helm-chart" -> "@kie-tools/cors-proxy-image" [ style = "solid", color = "black" ];
  "@kie-tools/kie-sandbox-helm-chart" -> "@kie-tools/kie-sandbox-extended-services-image" [ style = "solid", color = "black" ];
  "@kie-tools/kie-sandbox-helm-chart" -> "@kie-tools/kie-sandbox-webapp-image" [ style = "solid", color = "black" ];
  "@kie-tools/kie-sandbox-webapp-image" -> "@kie-tools/image-env-to-json" [ style = "solid", color = "black" ];
  "@kie-tools/kie-sandbox-webapp-image" -> "@kie-tools/online-editor" [ style = "solid", color = "black" ];
  "@kie-tools/kogito-management-console" -> "@kie-tools/image-builder" [ style = "dashed", color = "black" ];
  "@kie-tools/kogito-management-console" -> "@kie-tools/image-env-to-json" [ style = "dashed", color = "black" ];
  "@kie-tools/kogito-management-console" -> "@kie-tools/runtime-tools-management-console-webapp" [ style = "dashed", color = "black" ];
  "@kie-tools-core/kubernetes-bridge" -> "@kie-tools/cors-proxy-api" [ style = "solid", color = "purple" ];
  "@kie-tools/maven-base" -> "@kie-tools-core/drools-and-kogito" [ style = "solid", color = "black" ];
  "@kie-tools/maven-m2-repo-via-http-image" -> "@kie-tools/image-builder" [ style = "dashed", color = "black" ];
  "@kie-tools/maven-m2-repo-via-http-image" -> "@kie-tools/root-env" [ style = "dashed", color = "black" ];
+   "@kie-tools/maven-quarkus-bom" -> "@kie-tools/maven-base" [ style = "solid", color = "black" ];
+   "@kie-tools/maven-spring-boot-bom" -> "@kie-tools/maven-base" [ style = "solid", color = "black" ];
  "@kie-tools-core/monaco-editor" -> "@kie-tools/eslint" [ style = "dashed", color = "purple" ];
  "@kie-tools-core/monaco-editor" -> "@kie-tools/root-env" [ style = "dashed", color = "purple" ];
  "@kie-tools-core/monaco-editor" -> "@kie-tools/tsconfig" [ style = "dashed", color = "purple" ];
  "@kie-tools-core/notifications" -> "@kie-tools-core/i18n" [ style = "solid", color = "purple" ];
  "@kie-tools-core/notifications" -> "@kie-tools-core/workspace" [ style = "solid", color = "purple" ];
  "@kie-tools/online-editor" -> "@kie-tools-core/k8s-yaml-to-apiserver-requests" [ style = "solid", color = "black" ];
  "@kie-tools/online-editor" -> "@kie-tools-core/kubernetes-bridge" [ style = "solid", color = "black" ];
  "@kie-tools/online-editor" -> "@kie-tools-core/workspaces-git-fs" [ style = "solid", color = "black" ];
  "@kie-tools/online-editor" -> "@kie-tools/bpmn-editor-envelope" [ style = "solid", color = "black" ];
  "@kie-tools/online-editor" -> "@kie-tools/dmn-editor-envelope" [ style = "solid", color = "black" ];
  "@kie-tools/online-editor" -> "@kie-tools/dmn-uniforms-patternfly-form-wrapper" [ style = "solid", color = "black" ];
  "@kie-tools/online-editor" -> "@kie-tools/kie-sandbox-extended-services-image-env" [ style = "solid", color = "black" ];
  "@kie-tools/online-editor" -> "@kie-tools/pmml-editor" [ style = "solid", color = "black" ];
  "@kie-tools/online-editor" -> "@kie-tools/unitables-dmn" [ style = "solid", color = "black" ];
  "@kie-tools/online-editor" -> "@kie-tools/cors-proxy" [ style = "dashed", color = "black" ];
  "@kie-tools/online-editor" -> "@kie-tools/kie-sandbox-accelerator-quarkus" [ style = "dashed", color = "black" ];
  "@kie-tools-core/operating-system" -> "@kie-tools/eslint" [ style = "dashed", color = "purple" ];
  "@kie-tools-core/operating-system" -> "@kie-tools/root-env" [ style = "dashed", color = "purple" ];
  "@kie-tools-core/operating-system" -> "@kie-tools/tsconfig" [ style = "dashed", color = "purple" ];
  "@kie-tools-core/patternfly-base" -> "@kie-tools/root-env" [ style = "dashed", color = "purple" ];
  "@kie-tools/playwright-base" -> "@kie-tools-scripts/run-script-if" [ style = "dashed", color = "blue" ];
  "@kie-tools/playwright-base" -> "@kie-tools/root-env" [ style = "dashed", color = "blue" ];
  "@kie-tools/pmml-editor" -> "@kie-tools-core/editor" [ style = "solid", color = "blue" ];
  "@kie-tools/pmml-editor" -> "@kie-tools-core/monaco-editor" [ style = "solid", color = "blue" ];
  "@kie-tools/pmml-editor" -> "@kie-tools/pmml-editor-marshaller" [ style = "solid", color = "blue" ];
  "@kie-tools/pmml-editor" -> "@kie-tools-core/webpack-base" [ style = "dashed", color = "blue" ];
  "@kie-tools/pmml-editor-marshaller" -> "@kie-tools/eslint" [ style = "dashed", color = "blue" ];
  "@kie-tools/pmml-editor-marshaller" -> "@kie-tools/jest-base" [ style = "dashed", color = "blue" ];
  "@kie-tools/pmml-editor-marshaller" -> "@kie-tools/tsconfig" [ style = "dashed", color = "blue" ];
  "pmml-vscode-extension" -> "@kie-tools-core/vscode-extension" [ style = "solid", color = "blue" ];
  "pmml-vscode-extension" -> "@kie-tools/pmml-editor" [ style = "solid", color = "blue" ];
  "@kie-tools-core/react-hooks" -> "@kie-tools/eslint" [ style = "dashed", color = "purple" ];
  "@kie-tools-core/react-hooks" -> "@kie-tools/root-env" [ style = "dashed", color = "purple" ];
  "@kie-tools-core/react-hooks" -> "@kie-tools/tsconfig" [ style = "dashed", color = "purple" ];
  "@kie-tools/runtime-tools-components" -> "@kie-tools-core/editor" [ style = "solid", color = "blue" ];
  "@kie-tools/runtime-tools-components" -> "@kie-tools/runtime-tools-shared-gateway-api" [ style = "solid", color = "blue" ];
  "@kie-tools/runtime-tools-components" -> "@kie-tools/uniforms-patternfly" [ style = "solid", color = "blue" ];
  "@kie-tools/runtime-tools-consoles-helm-chart" -> "@kie-tools/kogito-management-console" [ style = "solid", color = "black" ];
  "@kie-tools/runtime-tools-management-console-webapp" -> "@kie-tools-core/workspaces-git-fs" [ style = "solid", color = "blue" ];
  "@kie-tools/runtime-tools-management-console-webapp" -> "@kie-tools/jbpm-quarkus-devui" [ style = "dashed", color = "blue" ];
  "@kie-tools/runtime-tools-process-dev-ui-webapp" -> "@kie-tools/runtime-tools-process-webapp-components" [ style = "solid", color = "blue" ];
  "@kie-tools/runtime-tools-process-dev-ui-webapp" -> "@kie-tools/runtime-tools-shared-webapp-components" [ style = "solid", color = "blue" ];
  "@kie-tools/runtime-tools-process-enveloped-components" -> "@kie-tools-core/monaco-editor" [ style = "solid", color = "blue" ];
  "@kie-tools/runtime-tools-process-enveloped-components" -> "@kie-tools-core/react-hooks" [ style = "solid", color = "blue" ];
  "@kie-tools/runtime-tools-process-enveloped-components" -> "@kie-tools/i18n-common-dictionary" [ style = "solid", color = "blue" ];
  "@kie-tools/runtime-tools-process-enveloped-components" -> "@kie-tools/runtime-tools-components" [ style = "solid", color = "blue" ];
  "@kie-tools/runtime-tools-process-enveloped-components" -> "@kie-tools/runtime-tools-process-gateway-api" [ style = "solid", color = "blue" ];
  "@kie-tools/runtime-tools-process-enveloped-components" -> "@kie-tools-core/webpack-base" [ style = "dashed", color = "blue" ];
  "@kie-tools/runtime-tools-process-gateway-api" -> "@kie-tools/runtime-tools-shared-gateway-api" [ style = "solid", color = "blue" ];
  "@kie-tools/runtime-tools-process-webapp-components" -> "@kie-tools/runtime-tools-process-enveloped-components" [ style = "solid", color = "blue" ];
  "@kie-tools/runtime-tools-shared-enveloped-components" -> "@kie-tools-core/monaco-editor" [ style = "solid", color = "blue" ];
  "@kie-tools/runtime-tools-shared-enveloped-components" -> "@kie-tools/i18n-common-dictionary" [ style = "solid", color = "blue" ];
  "@kie-tools/runtime-tools-shared-enveloped-components" -> "@kie-tools/runtime-tools-components" [ style = "solid", color = "blue" ];
  "@kie-tools/runtime-tools-shared-enveloped-components" -> "@kie-tools-core/webpack-base" [ style = "dashed", color = "blue" ];
  "@kie-tools/runtime-tools-shared-gateway-api" -> "@kie-tools/eslint" [ style = "dashed", color = "blue" ];
  "@kie-tools/runtime-tools-shared-gateway-api" -> "@kie-tools/root-env" [ style = "dashed", color = "blue" ];
  "@kie-tools/runtime-tools-shared-gateway-api" -> "@kie-tools/tsconfig" [ style = "dashed", color = "blue" ];
  "@kie-tools/runtime-tools-shared-webapp-components" -> "@kie-tools/runtime-tools-components" [ style = "solid", color = "blue" ];
  "@kie-tools/scesim-editor" -> "@kie-tools-core/react-hooks" [ style = "solid", color = "blue" ];
  "@kie-tools/scesim-editor" -> "@kie-tools/boxed-expression-component" [ style = "solid", color = "blue" ];
  "@kie-tools/scesim-editor" -> "@kie-tools/scesim-marshaller" [ style = "solid", color = "blue" ];
  "@kie-tools/scesim-editor-envelope" -> "@kie-tools-core/editor" [ style = "solid", color = "blue" ];
  "@kie-tools/scesim-editor-envelope" -> "@kie-tools/scesim-editor" [ style = "solid", color = "blue" ];
  "@kie-tools/scesim-marshaller" -> "@kie-tools/xml-parser-ts-codegen" [ style = "dashed", color = "blue" ];
  "@kie-tools/storybook-base" -> "@kie-tools-core/webpack-base" [ style = "dashed", color = "blue" ];
  "@kie-tools/storybook-base" -> "@kie-tools/eslint" [ style = "dashed", color = "blue" ];
  "@kie-tools/storybook-base" -> "@kie-tools/tsconfig" [ style = "dashed", color = "blue" ];
  "@kie-tools-core/switch-expression-ts" -> "@kie-tools/eslint" [ style = "dashed", color = "purple" ];
  "@kie-tools-core/switch-expression-ts" -> "@kie-tools/jest-base" [ style = "dashed", color = "purple" ];
  "@kie-tools-core/switch-expression-ts" -> "@kie-tools/tsconfig" [ style = "dashed", color = "purple" ];
  "@kie-tools/text-editor" -> "@kie-tools-core/editor" [ style = "solid", color = "blue" ];
  "@kie-tools/text-editor" -> "@kie-tools-core/monaco-editor" [ style = "solid", color = "blue" ];
  "@kie-tools/uniforms-patternfly" -> "@kie-tools/eslint" [ style = "dashed", color = "blue" ];
  "@kie-tools/uniforms-patternfly" -> "@kie-tools/jest-base" [ style = "dashed", color = "blue" ];
  "@kie-tools/uniforms-patternfly" -> "@kie-tools/tsconfig" [ style = "dashed", color = "blue" ];
  "@kie-tools/uniforms-patternfly-form-wrapper" -> "@kie-tools/dmn-runner" [ style = "solid", color = "blue" ];
  "@kie-tools/uniforms-patternfly-form-wrapper" -> "@kie-tools/i18n-common-dictionary" [ style = "solid", color = "blue" ];
  "@kie-tools/uniforms-patternfly-form-wrapper" -> "@kie-tools-core/webpack-base" [ style = "dashed", color = "blue" ];
  "@kie-tools/unitables" -> "@kie-tools/boxed-expression-component" [ style = "solid", color = "blue" ];
  "@kie-tools/unitables" -> "@kie-tools/dmn-runner" [ style = "solid", color = "blue" ];
  "@kie-tools/unitables-dmn" -> "@kie-tools/unitables" [ style = "solid", color = "blue" ];
  "@kie-tools-core/vscode-extension" -> "@kie-tools-core/editor" [ style = "solid", color = "purple" ];
  "@kie-tools-core/vscode-extension" -> "@kie-tools-core/vscode-java-code-completion" [ style = "solid", color = "purple" ];
  "@kie-tools/vscode-extension-common-test-helpers" -> "@kie-tools/tsconfig" [ style = "dashed", color = "blue" ];
  "vscode-extension-kie-ba-bundle" -> "@kie-tools-core/webpack-base" [ style = "dashed", color = "blue" ];
  "vscode-extension-kie-ba-bundle" -> "@kie-tools/eslint" [ style = "dashed", color = "blue" ];
  "vscode-extension-kie-ba-bundle" -> "@kie-tools/tsconfig" [ style = "dashed", color = "blue" ];
  "vscode-extension-kogito-bundle" -> "@kie-tools-core/webpack-base" [ style = "dashed", color = "blue" ];
  "vscode-extension-kogito-bundle" -> "@kie-tools/eslint" [ style = "dashed", color = "blue" ];
  "vscode-extension-kogito-bundle" -> "@kie-tools/tsconfig" [ style = "dashed", color = "blue" ];
  "@kie-tools-core/vscode-java-code-completion" -> "@kie-tools/eslint" [ style = "dashed", color = "purple" ];
  "@kie-tools-core/vscode-java-code-completion" -> "@kie-tools/root-env" [ style = "dashed", color = "purple" ];
  "@kie-tools-core/vscode-java-code-completion" -> "@kie-tools/tsconfig" [ style = "dashed", color = "purple" ];
  "@kie-tools/vscode-java-code-completion-extension-plugin" -> "@kie-tools/maven-base" [ style = "solid", color = "black" ];
  "@kie-tools-core/webpack-base" -> "@kie-tools/root-env" [ style = "dashed", color = "black" ];
  "@kie-tools-core/workspace" -> "@kie-tools-core/operating-system" [ style = "solid", color = "purple" ];
  "@kie-tools-core/workspaces-git-fs" -> "@kie-tools-core/envelope-bus" [ style = "solid", color = "purple" ];
  "@kie-tools-core/workspaces-git-fs" -> "@kie-tools-core/react-hooks" [ style = "solid", color = "purple" ];
  "@kie-tools-core/workspaces-git-fs" -> "@kie-tools-core/workspace" [ style = "solid", color = "purple" ];
  "@kie-tools-core/workspaces-git-fs" -> "@kie-tools/cors-proxy-api" [ style = "solid", color = "purple" ];
  "@kie-tools-core/workspaces-git-fs" -> "@kie-tools/kie-sandbox-fs" [ style = "solid", color = "purple" ];
  "@kie-tools/xml-parser-ts" -> "@kie-tools/eslint" [ style = "dashed", color = "blue" ];
  "@kie-tools/xml-parser-ts" -> "@kie-tools/jest-base" [ style = "dashed", color = "blue" ];
  "@kie-tools/xml-parser-ts" -> "@kie-tools/tsconfig" [ style = "dashed", color = "blue" ];
  "@kie-tools/xml-parser-ts-codegen" -> "@kie-tools/xml-parser-ts" [ style = "solid", color = "blue" ];
  "@kie-tools/xyflow-react-kie-diagram" -> "@kie-tools-core/operating-system" [ style = "solid", color = "blue" ];
  "@kie-tools/xyflow-react-kie-diagram" -> "@kie-tools-core/switch-expression-ts" [ style = "solid", color = "blue" ];
  "@kie-tools/xyflow-react-kie-diagram" -> "@kie-tools/i18n-common-dictionary" [ style = "dashed", color = "blue" ];
  "@kie-tools/xyflow-react-kie-diagram" -> "@kie-tools/xml-parser-ts" [ style = "dashed", color = "blue" ];
  "@kie-tools-scripts/bootstrap" -> "@kie-tools-scripts/build-env" [ style = "dashed", color = "black" ];
  "@kie-tools-scripts/build-env" -> "@kie-tools/tsconfig" [ style = "dashed", color = "blue" ];
  "@kie-tools-scripts/run-script-if" -> "@kie-tools/tsconfig" [ style = "dashed", color = "blue" ];
}
